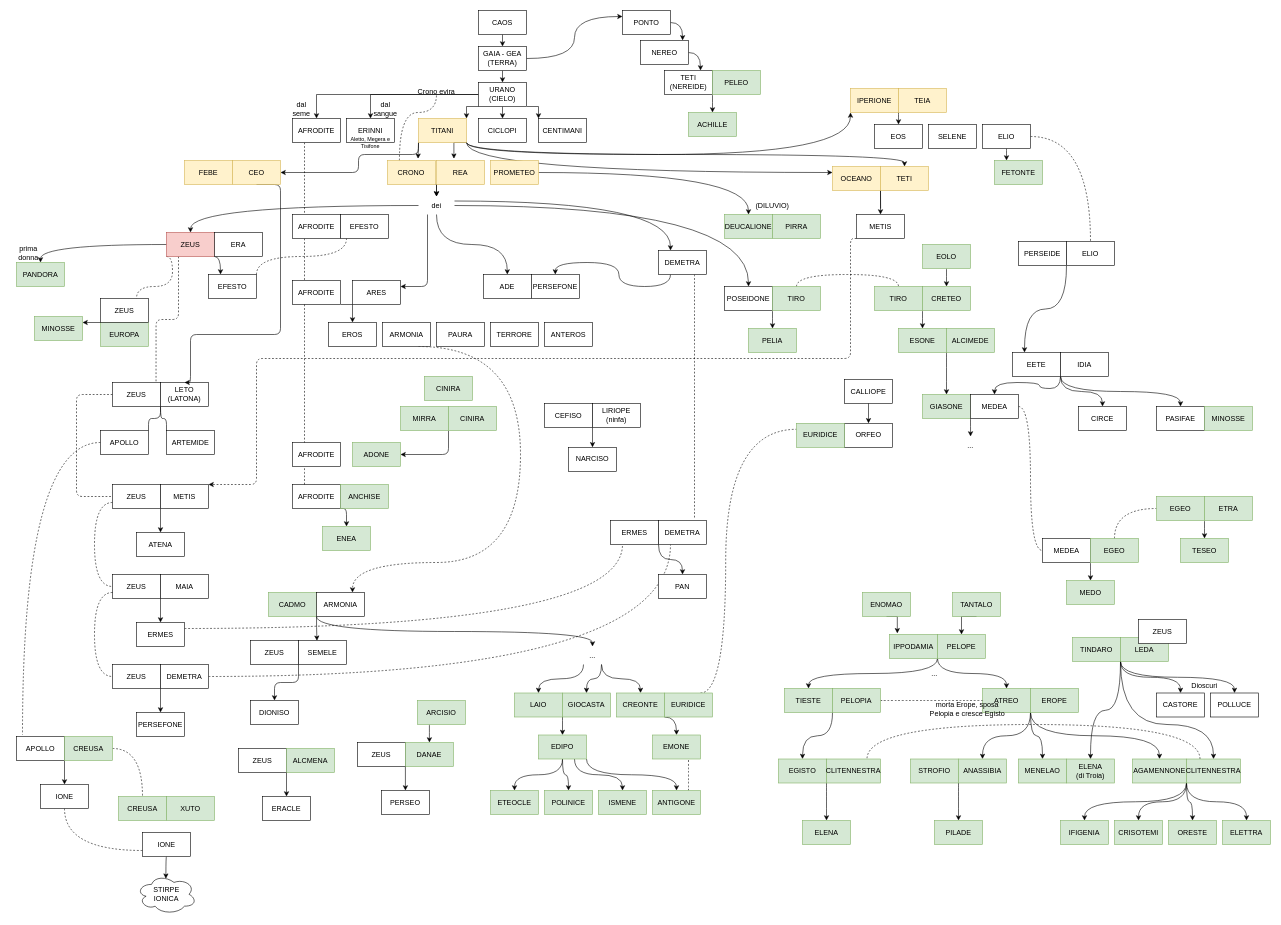
The draw.io diagram miti.drawio in tcaru/diagrams, before the edit. Source tidied: cells renumbered, new cells numbered last; positions are measured from the earlier drawing's top-left corner, leaving out a move shared by most shapes. Both pictures are drawn from the tidied source at 60%, with x=0, y=0 at pixel (10, 10).
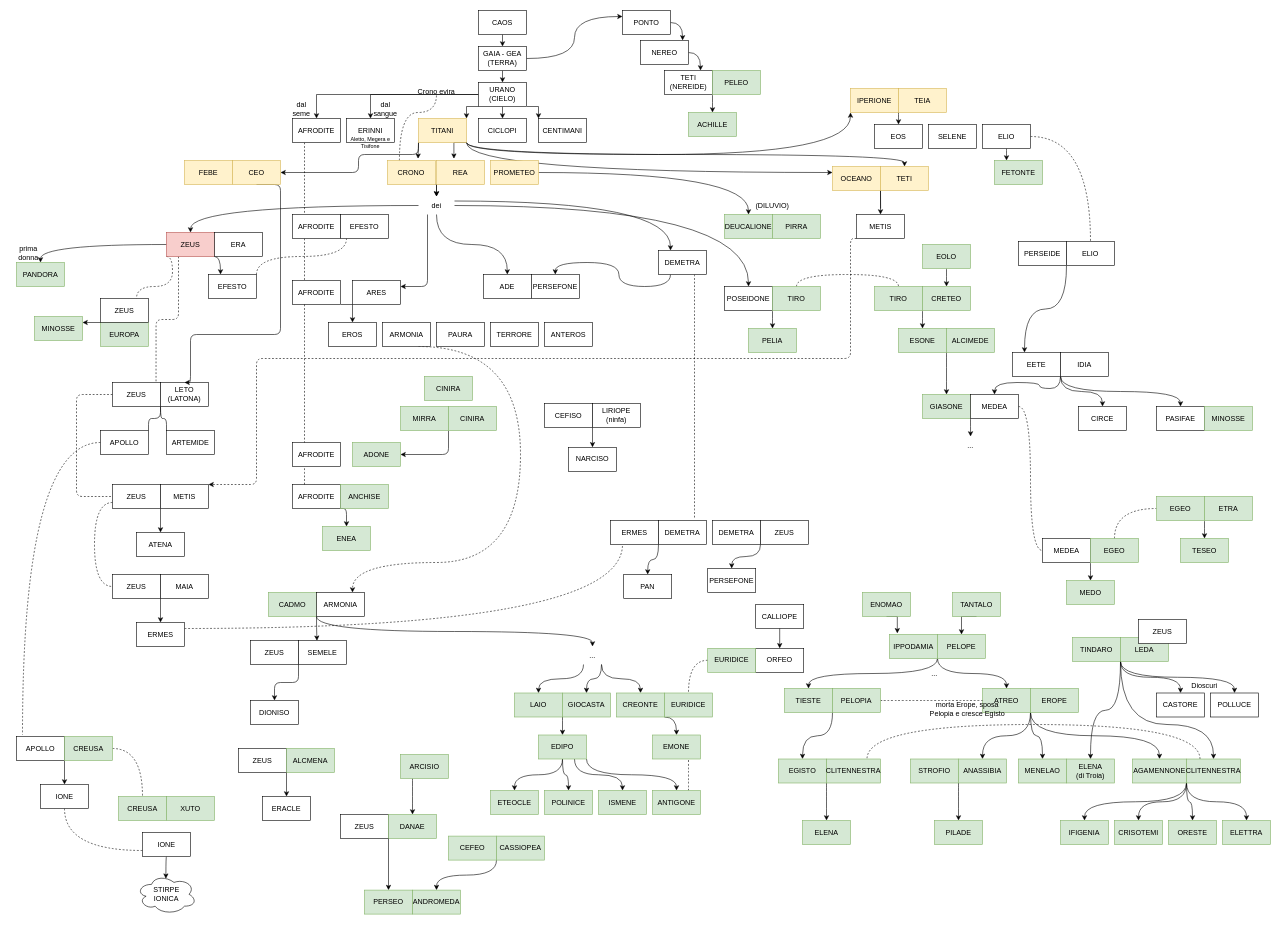
The same page after the edit.

Unchanged cells that the change refers to:
```xml
<mxCell id="215" value="EURIDICE" style="rounded=0;whiteSpace=wrap;html=1;fillColor=#d5e8d4;strokeColor=#82b366;" parent="1" vertex="1">
  <mxGeometry x="1090" y="1137.5" width="80" height="40" as="geometry" />
</mxCell>
<mxCell id="269" value="DEMETRA" style="rounded=0;whiteSpace=wrap;html=1;" parent="1" vertex="1">
  <mxGeometry x="1080" y="850" width="80" height="40" as="geometry" />
</mxCell>
```

What changed in the source:
```diff
@@
     <mxCell id="120" value="ZEUS" style="rounded=0;whiteSpace=wrap;html=1;" parent="1" vertex="1">
-      <mxGeometry x="170" y="1090" width="80" height="40" as="geometry" />
+      <mxGeometry x="1250" y="850" width="80" height="40" as="geometry" />
     </mxCell>
-    <mxCell id="121" style="edgeStyle=orthogonalEdgeStyle;curved=1;jettySize=auto;html=1;exitX=1;exitY=0.5;exitDx=0;exitDy=0;entryX=0.25;entryY=1;entryDx=0;entryDy=0;dashed=1;endArrow=none;endFill=0;" parent="1" edge="1" source="122" target="269">
-      <mxGeometry relative="1" as="geometry" />
-    </mxCell>
     <mxCell id="122" value="DEMETRA" style="rounded=0;whiteSpace=wrap;html=1;" parent="1" vertex="1">
-      <mxGeometry x="250" y="1090" width="80" height="40" as="geometry" />
+      <mxGeometry x="1170" y="850" width="80" height="40" as="geometry" />
     </mxCell>
-    <mxCell id="123" style="edgeStyle=orthogonalEdgeStyle;rounded=1;jettySize=auto;html=1;entryX=0.5;entryY=0;entryDx=0;entryDy=0;endArrow=classic;endFill=1;exitX=0;exitY=1;exitDx=0;exitDy=0;" parent="1" edge="1" source="122" target="124">
+    <mxCell id="123" style="edgeStyle=orthogonalEdgeStyle;jettySize=auto;html=1;entryX=0.5;entryY=0;entryDx=0;entryDy=0;endArrow=classic;endFill=1;curved=1;exitX=1;exitY=1;exitDx=0;exitDy=0;" parent="1" edge="1" source="122" target="124">
       <mxGeometry relative="1" as="geometry" />
     </mxCell>
     <mxCell id="124" value="PERSEFONE" style="rounded=0;whiteSpace=wrap;html=1;" parent="1" vertex="1">
-      <mxGeometry x="210" y="1170" width="80" height="40" as="geometry" />
+      <mxGeometry x="1162" y="930" width="80" height="40" as="geometry" />
     </mxCell>
-    <mxCell id="125" style="edgeStyle=orthogonalEdgeStyle;curved=1;orthogonalLoop=1;jettySize=auto;html=1;exitX=0;exitY=0.75;exitDx=0;exitDy=0;entryX=0;entryY=0.5;entryDx=0;entryDy=0;endArrow=none;endFill=0;dashed=1;" parent="1" edge="1">
-      <mxGeometry relative="1" as="geometry">
-        <mxPoint x="170" y="970" as="sourcePoint" />
-        <mxPoint x="170" y="1110" as="targetPoint" />
-        <Array as="points">
-          <mxPoint x="140" y="970" />
-          <mxPoint x="140" y="1110" />
-        </Array>
-      </mxGeometry>
-    </mxCell>
@@
     <mxCell id="143" value="ZEUS" style="rounded=0;whiteSpace=wrap;html=1;" parent="1" vertex="1">
-      <mxGeometry x="578.2" y="1220" width="80" height="40" as="geometry" />
+      <mxGeometry x="550" y="1340" width="80" height="40" as="geometry" />
     </mxCell>
     <mxCell id="144" value="DANAE" style="rounded=0;whiteSpace=wrap;html=1;fillColor=#d5e8d4;strokeColor=#82b366;" parent="1" vertex="1">
-      <mxGeometry x="658.2" y="1220" width="80" height="40" as="geometry" />
+      <mxGeometry x="630" y="1340" width="80" height="40" as="geometry" />
     </mxCell>
@@
-    <mxCell id="146" value="PERSEO" style="rounded=0;whiteSpace=wrap;html=1;" parent="1" vertex="1">
-      <mxGeometry x="618.2" y="1300" width="80" height="40" as="geometry" />
+    <mxCell id="146" value="PERSEO" style="rounded=0;whiteSpace=wrap;html=1;fillColor=#d5e8d4;strokeColor=#82b366;" parent="1" vertex="1">
+      <mxGeometry x="590" y="1466" width="80" height="40" as="geometry" />
     </mxCell>
@@
     <mxCell id="148" value="ARCISIO" style="rounded=0;whiteSpace=wrap;html=1;fillColor=#d5e8d4;strokeColor=#82b366;" parent="1" vertex="1">
-      <mxGeometry x="678.2" y="1150" width="80" height="40" as="geometry" />
+      <mxGeometry x="650" y="1240" width="80" height="40" as="geometry" />
     </mxCell>
@@
-    <mxCell id="214" style="edgeStyle=orthogonalEdgeStyle;jettySize=auto;html=1;exitX=0.75;exitY=0;exitDx=0;exitDy=0;entryX=0;entryY=0.25;entryDx=0;entryDy=0;dashed=1;endArrow=none;endFill=0;curved=1;" parent="1" edge="1" source="215" target="278">
-      <mxGeometry relative="1" as="geometry">
-        <Array as="points">
-          <mxPoint x="1192" y="1138" />
-          <mxPoint x="1192" y="698" />
-        </Array>
-      </mxGeometry>
-    </mxCell>
@@
     <mxCell id="270" value="PAN" style="rounded=0;whiteSpace=wrap;html=1;" parent="1" vertex="1">
-      <mxGeometry x="1080" y="940" width="80" height="40" as="geometry" />
+      <mxGeometry x="1022" y="940" width="80" height="40" as="geometry" />
     </mxCell>
@@
     <mxCell id="275" value="CALLIOPE" style="rounded=0;whiteSpace=wrap;html=1;" parent="1" vertex="1">
-      <mxGeometry x="1390" y="615" width="80" height="40" as="geometry" />
+      <mxGeometry x="1242" y="990" width="80" height="40" as="geometry" />
     </mxCell>
     <mxCell id="276" style="edgeStyle=orthogonalEdgeStyle;rounded=0;jettySize=auto;html=1;exitX=0;exitY=1;exitDx=0;exitDy=0;entryX=0.5;entryY=0;entryDx=0;entryDy=0;" parent="1" edge="1" target="277">
       <mxGeometry relative="1" as="geometry">
-        <mxPoint x="1430" y="655" as="sourcePoint" />
+        <mxPoint x="1282" y="1030" as="sourcePoint" />
       </mxGeometry>
     </mxCell>
     <mxCell id="277" value="ORFEO" style="rounded=0;whiteSpace=wrap;html=1;" parent="1" vertex="1">
-      <mxGeometry x="1390" y="688" width="80" height="40" as="geometry" />
+      <mxGeometry x="1242" y="1063" width="80" height="40" as="geometry" />
     </mxCell>
+    <mxCell id="291" style="edgeStyle=orthogonalEdgeStyle;curved=1;jettySize=auto;html=1;exitX=0;exitY=0.5;exitDx=0;exitDy=0;entryX=0.5;entryY=0;entryDx=0;entryDy=0;endArrow=none;endFill=0;dashed=1;" parent="1" edge="1" source="278" target="215">
+      <mxGeometry relative="1" as="geometry" />
+    </mxCell>
     <mxCell id="278" value="EURIDICE" style="rounded=0;whiteSpace=wrap;html=1;fillColor=#d5e8d4;strokeColor=#82b366;" parent="1" vertex="1">
-      <mxGeometry x="1310" y="688" width="80" height="40" as="geometry" />
+      <mxGeometry x="1162" y="1063" width="80" height="40" as="geometry" />
     </mxCell>
@@
+    <mxCell id="292" style="edgeStyle=orthogonalEdgeStyle;jettySize=auto;html=1;exitX=0;exitY=1;exitDx=0;exitDy=0;curved=1;" parent="1" edge="1" source="293" target="295">
+      <mxGeometry relative="1" as="geometry" />
+    </mxCell>
+    <mxCell id="293" value="CASSIOPEA" style="rounded=0;whiteSpace=wrap;html=1;fillColor=#d5e8d4;strokeColor=#82b366;" parent="1" vertex="1">
+      <mxGeometry x="810" y="1376" width="80" height="40" as="geometry" />
+    </mxCell>
+    <mxCell id="294" value="CEFEO" style="rounded=0;whiteSpace=wrap;html=1;fillColor=#d5e8d4;strokeColor=#82b366;" parent="1" vertex="1">
+      <mxGeometry x="730" y="1376" width="80" height="40" as="geometry" />
+    </mxCell>
+    <mxCell id="295" value="ANDROMEDA" style="rounded=0;whiteSpace=wrap;html=1;fillColor=#d5e8d4;strokeColor=#82b366;" parent="1" vertex="1">
+      <mxGeometry x="670" y="1466" width="80" height="40" as="geometry" />
+    </mxCell>
```
